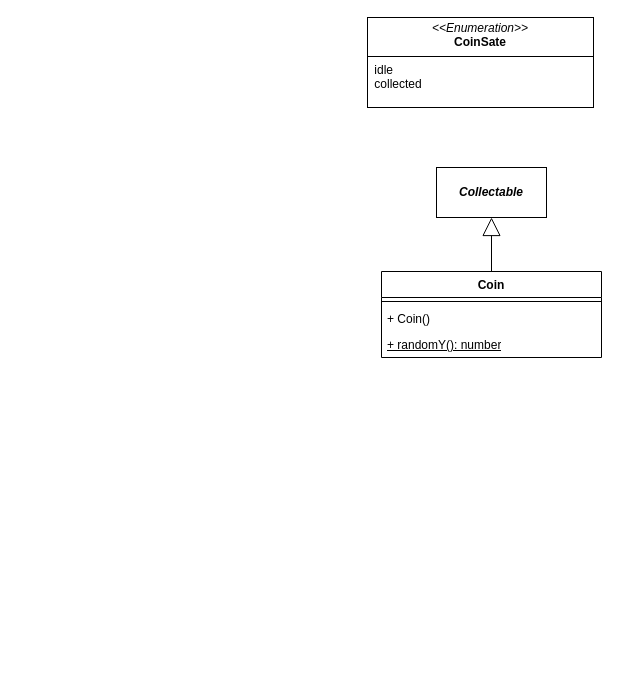
This is docs/issue/79-diagram.drawio from elma1989/el-pollo-loco, a draw.io file, before an edit. Source tidied: cells renumbered, new cells numbered last; positions are measured from the earlier drawing's top-left corner, leaving out a move shared by most shapes. Both pictures are drawn from the tidied source at 100%, with x=0, y=0 at pixel (367, 17).
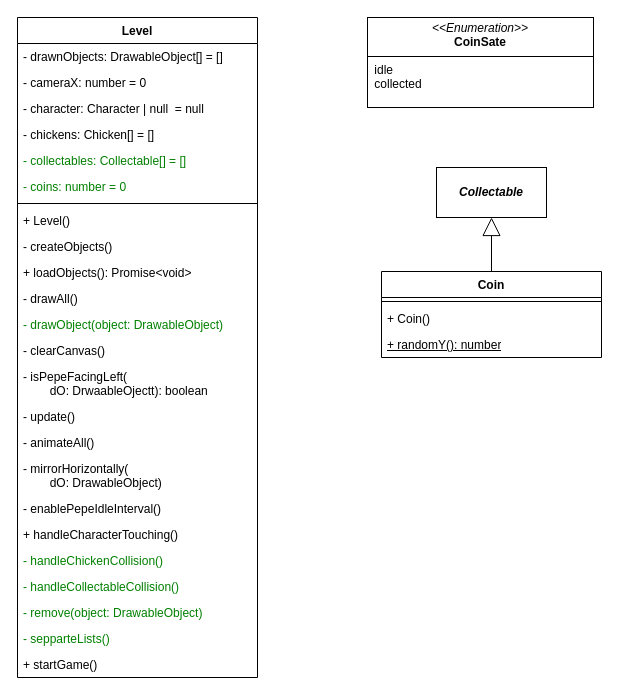
The same diagram, later.

Change to the diagram source:
```diff
@@
+    <mxCell id="9" value="Level" style="swimlane;fontStyle=1;align=center;verticalAlign=top;horizontal=1;startSize=26;whiteSpace=wrap;html=1;" parent="1" vertex="1">
+      <mxGeometry x="-350" width="240" height="660" as="geometry" />
+    </mxCell>
+    <mxCell id="10" value="- drawnObjects: DrawableObject[] = []" style="text;strokeColor=none;fillColor=none;align=left;verticalAlign=top;spacingLeft=4;spacingRight=4;overflow=hidden;whiteSpace=wrap;html=1;" parent="9" vertex="1">
+      <mxGeometry y="26" width="240" height="26" as="geometry" />
+    </mxCell>
+    <mxCell id="11" value="- cameraX: number = 0" style="text;strokeColor=none;fillColor=none;align=left;verticalAlign=top;spacingLeft=4;spacingRight=4;overflow=hidden;whiteSpace=wrap;html=1;" parent="9" vertex="1">
+      <mxGeometry y="52" width="240" height="26" as="geometry" />
+    </mxCell>
+    <mxCell id="12" value="- character: Character | null&amp;nbsp; = null" style="text;strokeColor=none;fillColor=none;align=left;verticalAlign=top;spacingLeft=4;spacingRight=4;overflow=hidden;whiteSpace=wrap;html=1;" parent="9" vertex="1">
+      <mxGeometry y="78" width="240" height="26" as="geometry" />
+    </mxCell>
+    <mxCell id="13" value="- chickens: Chicken[] = []" style="text;strokeColor=none;fillColor=none;align=left;verticalAlign=top;spacingLeft=4;spacingRight=4;overflow=hidden;whiteSpace=wrap;html=1;" parent="9" vertex="1">
+      <mxGeometry y="104" width="240" height="26" as="geometry" />
+    </mxCell>
+    <mxCell id="14" value="- collectables: Collectable[] = []" style="text;strokeColor=none;fillColor=none;align=left;verticalAlign=top;spacingLeft=4;spacingRight=4;overflow=hidden;whiteSpace=wrap;html=1;fontColor=light-dark(#008000,#80FF80);" parent="9" vertex="1">
+      <mxGeometry y="130" width="240" height="26" as="geometry" />
+    </mxCell>
+    <mxCell id="15" value="- coins: number = 0" style="text;strokeColor=none;fillColor=none;align=left;verticalAlign=top;spacingLeft=4;spacingRight=4;overflow=hidden;whiteSpace=wrap;html=1;fontColor=light-dark(#008000,#80FF80);" parent="9" vertex="1">
+      <mxGeometry y="156" width="240" height="26" as="geometry" />
+    </mxCell>
+    <mxCell id="16" style="line;strokeWidth=1;fillColor=none;align=left;verticalAlign=middle;spacingTop=-1;spacingLeft=3;spacingRight=3;labelPosition=right;strokeColor=inherit;" parent="9" vertex="1">
+      <mxGeometry y="182" width="240" height="8" as="geometry" />
+    </mxCell>
+    <mxCell id="17" value="+ Level()" style="text;strokeColor=none;fillColor=none;align=left;verticalAlign=top;spacingLeft=4;spacingRight=4;overflow=hidden;whiteSpace=wrap;html=1;" parent="9" vertex="1">
+      <mxGeometry y="190" width="240" height="26" as="geometry" />
+    </mxCell>
+    <mxCell id="18" value="- createObjects()" style="text;strokeColor=none;fillColor=none;align=left;verticalAlign=top;spacingLeft=4;spacingRight=4;overflow=hidden;whiteSpace=wrap;html=1;" parent="9" vertex="1">
+      <mxGeometry y="216" width="240" height="26" as="geometry" />
+    </mxCell>
+    <mxCell id="19" value="+ loadObjects(): Promise&amp;lt;void&amp;gt;" style="text;strokeColor=none;fillColor=none;align=left;verticalAlign=top;spacingLeft=4;spacingRight=4;overflow=hidden;whiteSpace=wrap;html=1;" parent="9" vertex="1">
+      <mxGeometry y="242" width="240" height="26" as="geometry" />
+    </mxCell>
+    <mxCell id="20" value="- drawAll()" style="text;strokeColor=none;fillColor=none;align=left;verticalAlign=top;spacingLeft=4;spacingRight=4;overflow=hidden;whiteSpace=wrap;html=1;" parent="9" vertex="1">
+      <mxGeometry y="268" width="240" height="26" as="geometry" />
+    </mxCell>
+    <mxCell id="21" value="- drawObject(object: DrawableObject)" style="text;strokeColor=none;fillColor=none;align=left;verticalAlign=top;spacingLeft=4;spacingRight=4;overflow=hidden;whiteSpace=wrap;html=1;fontColor=light-dark(#008000,#80FF80);" parent="9" vertex="1">
+      <mxGeometry y="294" width="240" height="26" as="geometry" />
+    </mxCell>
+    <mxCell id="22" value="- clearCanvas()" style="text;align=left;verticalAlign=top;spacingLeft=4;spacingRight=4;overflow=hidden;whiteSpace=wrap;html=1;" parent="9" vertex="1">
+      <mxGeometry y="320" width="240" height="26" as="geometry" />
+    </mxCell>
+    <mxCell id="23" value="- isPepeFacingLeft(&lt;div&gt;&lt;span style=&quot;white-space: pre;&quot;&gt;&#9;&lt;/span&gt;dO: DrwaableOjectt): boolean&lt;/div&gt;" style="text;strokeColor=none;fillColor=none;align=left;verticalAlign=top;spacingLeft=4;spacingRight=4;overflow=hidden;whiteSpace=wrap;html=1;" parent="9" vertex="1">
+      <mxGeometry y="346" width="240" height="40" as="geometry" />
+    </mxCell>
+    <mxCell id="24" value="- update()" style="text;strokeColor=none;fillColor=none;align=left;verticalAlign=top;spacingLeft=4;spacingRight=4;overflow=hidden;whiteSpace=wrap;html=1;" parent="9" vertex="1">
+      <mxGeometry y="386" width="240" height="26" as="geometry" />
+    </mxCell>
+    <mxCell id="25" value="- animateAll()" style="text;strokeColor=none;fillColor=none;align=left;verticalAlign=top;spacingLeft=4;spacingRight=4;overflow=hidden;whiteSpace=wrap;html=1;" parent="9" vertex="1">
+      <mxGeometry y="412" width="240" height="26" as="geometry" />
+    </mxCell>
+    <mxCell id="26" value="- mirrorHorizontally(&lt;div&gt;&lt;span style=&quot;white-space: pre;&quot;&gt;&#9;&lt;/span&gt;dO: DrawableObject)&lt;/div&gt;" style="text;strokeColor=none;fillColor=none;align=left;verticalAlign=top;spacingLeft=4;spacingRight=4;overflow=hidden;whiteSpace=wrap;html=1;" parent="9" vertex="1">
+      <mxGeometry y="438" width="240" height="40" as="geometry" />
+    </mxCell>
+    <mxCell id="27" value="- enablePepeIdleInterval()" style="text;strokeColor=none;fillColor=none;align=left;verticalAlign=top;spacingLeft=4;spacingRight=4;overflow=hidden;whiteSpace=wrap;html=1;" parent="9" vertex="1">
+      <mxGeometry y="478" width="240" height="26" as="geometry" />
+    </mxCell>
+    <mxCell id="28" value="+ handleCharacterTouching()" style="text;strokeColor=none;fillColor=none;align=left;verticalAlign=top;spacingLeft=4;spacingRight=4;overflow=hidden;whiteSpace=wrap;html=1;" parent="9" vertex="1">
+      <mxGeometry y="504" width="240" height="26" as="geometry" />
+    </mxCell>
+    <mxCell id="29" value="- handleChickenCollision()" style="text;strokeColor=none;fillColor=none;align=left;verticalAlign=top;spacingLeft=4;spacingRight=4;overflow=hidden;whiteSpace=wrap;html=1;fontColor=light-dark(#008000,#80FF80);" parent="9" vertex="1">
+      <mxGeometry y="530" width="240" height="26" as="geometry" />
+    </mxCell>
+    <mxCell id="30" value="- handleCollectableCollision()" style="text;strokeColor=none;fillColor=none;align=left;verticalAlign=top;spacingLeft=4;spacingRight=4;overflow=hidden;whiteSpace=wrap;html=1;fontColor=light-dark(#008000,#80FF80);" parent="9" vertex="1">
+      <mxGeometry y="556" width="240" height="26" as="geometry" />
+    </mxCell>
+    <mxCell id="31" value="- remove(object: DrawableObject)" style="text;strokeColor=none;fillColor=none;align=left;verticalAlign=top;spacingLeft=4;spacingRight=4;overflow=hidden;whiteSpace=wrap;html=1;fontColor=light-dark(#008000,#80FF80);" parent="9" vertex="1">
+      <mxGeometry y="582" width="240" height="26" as="geometry" />
+    </mxCell>
+    <mxCell id="32" value="- sepparteLists()" style="text;strokeColor=none;fillColor=none;align=left;verticalAlign=top;spacingLeft=4;spacingRight=4;overflow=hidden;whiteSpace=wrap;html=1;fontColor=light-dark(#008000,#80FF80);" parent="9" vertex="1">
+      <mxGeometry y="608" width="240" height="26" as="geometry" />
+    </mxCell>
+    <mxCell id="33" value="+ startGame()" style="text;strokeColor=none;fillColor=none;align=left;verticalAlign=top;spacingLeft=4;spacingRight=4;overflow=hidden;whiteSpace=wrap;html=1;" parent="9" vertex="1">
+      <mxGeometry y="634" width="240" height="26" as="geometry" />
+    </mxCell>
```
